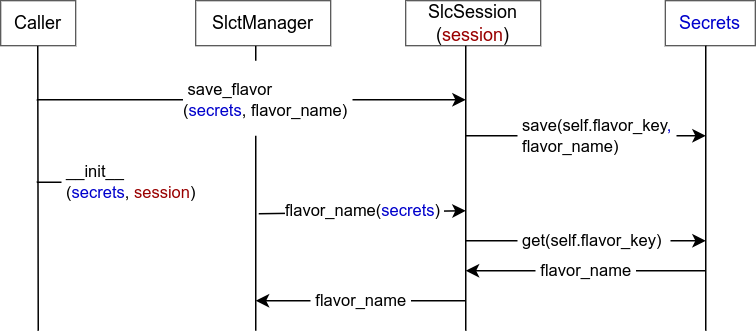
This is doc/user_guide/slct-manager-parameters.drawio.png from exasol/notebook-connector, a draw.io export, as it was before one commit. Source tidied: cells renumbered, new cells last; positions are measured from the earlier drawing's top-left corner, leaving out a move shared by most shapes.
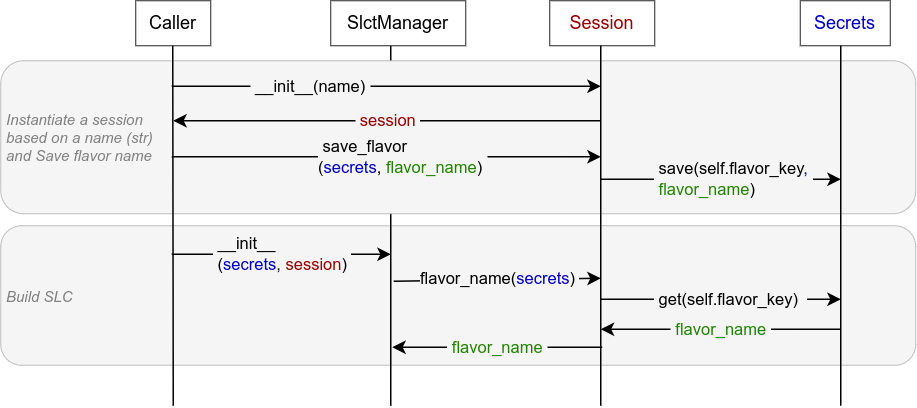
Above is the later version.

Diff of the diagram source:
```diff
@@ -2,18 +2,21 @@
   <root>
     <mxCell id="0" />
     <mxCell id="1" parent="0" />
+    <mxCell id="18" value="Build SLC" style="rounded=1;whiteSpace=wrap;html=1;fillColor=#F5F5F5;fontColor=#808080;strokeColor=#AAAAAA;strokeWidth=0.5;align=left;verticalAlign=middle;spacingLeft=2;fontFamily=Helvetica;fontSize=10;fontStyle=2;" parent="1" vertex="1">
+      <mxGeometry x="-90" y="150" width="610" height="93" as="geometry" />
+    </mxCell>
     <mxCell id="2" style="endArrow=none;html=1;rounded=0;" parent="1" edge="1">
       <mxGeometry relative="1" as="geometry">
-        <mxPoint x="170" y="220" as="sourcePoint" />
+        <mxPoint x="170" y="270" as="sourcePoint" />
         <mxPoint x="170" y="30" as="targetPoint" />
       </mxGeometry>
     </mxCell>
-    <mxCell id="3" style="rounded=0;whiteSpace=wrap;html=1;strokeColor=none;" parent="1" vertex="1">
-      <mxGeometry x="160" y="40" width="30" height="50" as="geometry" />
-    </mxCell>
+    <mxCell id="19" value="Instantiate a session&amp;nbsp;&lt;br&gt;based on a name (str)&lt;br&gt;and Save flavor name" style="rounded=1;whiteSpace=wrap;html=1;fillColor=#F5F5F5;fontColor=#808080;strokeColor=#AAAAAA;strokeWidth=0.5;align=left;spacingLeft=2;fontStyle=2;fontSize=10;" parent="1" vertex="1">
+      <mxGeometry x="-90" y="40" width="610" height="102" as="geometry" />
+    </mxCell>
     <mxCell id="4" style="endArrow=none;html=1;rounded=0;" parent="1" edge="1">
       <mxGeometry relative="1" as="geometry">
-        <mxPoint x="25" y="220" as="sourcePoint" />
+        <mxPoint x="25" y="270" as="sourcePoint" />
         <mxPoint x="24.7" y="30" as="targetPoint" />
       </mxGeometry>
     </mxCell>
@@ -28,60 +31,72 @@
     </mxCell>
     <mxCell id="8" style="endArrow=none;html=1;rounded=0;" parent="1" edge="1">
       <mxGeometry relative="1" as="geometry">
-        <mxPoint x="470" y="220" as="sourcePoint" />
+        <mxPoint x="470" y="270" as="sourcePoint" />
         <mxPoint x="470" y="30" as="targetPoint" />
       </mxGeometry>
     </mxCell>
-    <mxCell id="9" value="&lt;span style=&quot;&quot;&gt;&amp;nbsp;__init__&lt;br&gt;&amp;nbsp;(&lt;font style=&quot;color: rgb(0, 0, 204);&quot;&gt;secrets&lt;/font&gt;,&amp;nbsp;&lt;/span&gt;&lt;font style=&quot;color: rgb(153, 0, 0);&quot;&gt;session&lt;/font&gt;&lt;span style=&quot;&quot;&gt;)&amp;nbsp;&lt;/span&gt;" style="endArrow=classic;html=1;rounded=0;align=left;" parent="1" edge="1">
-      <mxGeometry x="-0.64" relative="1" as="geometry">
-        <mxPoint x="24" y="121" as="sourcePoint" />
-        <mxPoint x="108" y="121" as="targetPoint" />
-      </mxGeometry>
-    </mxCell>
-    <mxCell id="10" value="flavor_name(&lt;font style=&quot;color: rgb(0, 0, 204);&quot;&gt;secrets&lt;/font&gt;)&amp;nbsp;" style="endArrow=classic;html=1;rounded=0;align=left;" parent="1" edge="1">
+    <mxCell id="10" value="flavor_name(&lt;font style=&quot;color: rgb(0, 0, 204);&quot;&gt;secrets&lt;/font&gt;)&amp;nbsp;" style="endArrow=classic;html=1;rounded=0;align=left;labelBackgroundColor=#F5F5F5;" parent="1" edge="1">
       <mxGeometry x="-0.76" y="2" relative="1" as="geometry">
-        <mxPoint x="172" y="142" as="sourcePoint" />
-        <mxPoint x="310" y="140" as="targetPoint" />
+        <mxPoint x="172" y="187" as="sourcePoint" />
+        <mxPoint x="310" y="185" as="targetPoint" />
       </mxGeometry>
     </mxCell>
-    <mxCell id="11" value="&amp;nbsp;flavor_name&amp;nbsp;" style="endArrow=classic;html=1;rounded=0;" parent="1" edge="1">
+    <mxCell id="11" value="&lt;span style=&quot;color: rgb(34, 131, 3); text-align: left;&quot;&gt;&amp;nbsp;flavor_name&amp;nbsp;&lt;/span&gt;" style="endArrow=classic;html=1;rounded=0;labelBackgroundColor=#F5F5F5;" parent="1" edge="1">
       <mxGeometry relative="1" as="geometry">
-        <mxPoint x="310" y="200" as="sourcePoint" />
-        <mxPoint x="170" y="200" as="targetPoint" />
+        <mxPoint x="311" y="231" as="sourcePoint" />
+        <mxPoint x="171" y="231" as="targetPoint" />
       </mxGeometry>
     </mxCell>
-    <mxCell id="12" value="&amp;nbsp;save_flavor&lt;br&gt;(&lt;font style=&quot;color: rgb(0, 0, 204);&quot;&gt;secrets&lt;/font&gt;, flavor_name)&amp;nbsp;" style="endArrow=classic;html=1;rounded=0;align=left;" parent="1" edge="1">
-      <mxGeometry x="-0.33" relative="1" as="geometry">
-        <mxPoint x="24" y="66" as="sourcePoint" />
-        <mxPoint x="310" y="66" as="targetPoint" />
-      </mxGeometry>
-    </mxCell>
-    <mxCell id="13" value="SlcSession&lt;br&gt;(&lt;font style=&quot;color: rgb(153, 0, 0);&quot;&gt;session&lt;/font&gt;)" style="rounded=0;whiteSpace=wrap;html=1;strokeWidth=0.5;fontFamily=Helvetica;" parent="1" vertex="1">
-      <mxGeometry x="270" width="90" height="30" as="geometry" />
+    <mxCell id="13" value="&lt;font color=&quot;#990000&quot;&gt;Session&lt;/font&gt;" style="rounded=0;whiteSpace=wrap;html=1;strokeWidth=0.5;fontFamily=Helvetica;" parent="1" vertex="1">
+      <mxGeometry x="276" width="70" height="30" as="geometry" />
     </mxCell>
     <mxCell id="14" style="endArrow=none;html=1;rounded=0;" parent="1" edge="1">
       <mxGeometry relative="1" as="geometry">
-        <mxPoint x="310" y="220" as="sourcePoint" />
+        <mxPoint x="310" y="270" as="sourcePoint" />
         <mxPoint x="310" y="30" as="targetPoint" />
       </mxGeometry>
     </mxCell>
-    <mxCell id="15" value="&amp;nbsp;save(self.flavor_key&lt;font color=&quot;#0000cc&quot;&gt;,&amp;nbsp;&lt;br&gt;&lt;/font&gt;&amp;nbsp;flavor_name)&amp;nbsp;" style="endArrow=classic;html=1;rounded=0;align=left;" parent="1" edge="1">
+    <mxCell id="15" value="&amp;nbsp;save(self.flavor_key&lt;font color=&quot;#0000cc&quot;&gt;,&amp;nbsp;&lt;br&gt;&lt;/font&gt;&amp;nbsp;&lt;font style=&quot;color: rgb(34, 131, 3);&quot;&gt;flavor_name&lt;/font&gt;)&amp;nbsp;" style="endArrow=classic;html=1;rounded=0;align=left;labelBackgroundColor=#F5F5F5;" parent="1" edge="1">
       <mxGeometry x="-0.58" relative="1" as="geometry">
-        <mxPoint x="310" y="90" as="sourcePoint" />
-        <mxPoint x="470" y="90" as="targetPoint" />
+        <mxPoint x="310" y="119" as="sourcePoint" />
+        <mxPoint x="470" y="119" as="targetPoint" />
       </mxGeometry>
     </mxCell>
-    <mxCell id="16" value="&amp;nbsp;get(self.flavor_key)&amp;nbsp;&amp;nbsp;" style="endArrow=classic;html=1;rounded=0;align=left;" parent="1" edge="1">
+    <mxCell id="16" value="&amp;nbsp;get(self.flavor_key)&amp;nbsp;&amp;nbsp;" style="endArrow=classic;html=1;rounded=0;align=left;labelBackgroundColor=#F5F5F5;" parent="1" edge="1">
       <mxGeometry x="-0.58" relative="1" as="geometry">
-        <mxPoint x="310" y="160" as="sourcePoint" />
-        <mxPoint x="470" y="160" as="targetPoint" />
+        <mxPoint x="310" y="199" as="sourcePoint" />
+        <mxPoint x="470" y="199" as="targetPoint" />
       </mxGeometry>
     </mxCell>
-    <mxCell id="17" value="&amp;nbsp;flavor_name&amp;nbsp;" style="endArrow=classic;html=1;rounded=0;" parent="1" edge="1">
+    <mxCell id="17" value="&amp;nbsp;&lt;span style=&quot;color: rgb(34, 131, 3); text-align: left;&quot;&gt;flavor_name&lt;/span&gt;&amp;nbsp;" style="endArrow=classic;html=1;rounded=0;labelBackgroundColor=#F5F5F5;" parent="1" edge="1">
       <mxGeometry relative="1" as="geometry">
-        <mxPoint x="470" y="180" as="sourcePoint" />
-        <mxPoint x="310" y="180" as="targetPoint" />
+        <mxPoint x="470" y="219" as="sourcePoint" />
+        <mxPoint x="310" y="219" as="targetPoint" />
       </mxGeometry>
     </mxCell>
+    <mxCell id="9" value="&lt;span style=&quot;&quot;&gt;&amp;nbsp;__init__&lt;br&gt;&amp;nbsp;(&lt;font style=&quot;color: rgb(0, 0, 204);&quot;&gt;secrets&lt;/font&gt;,&amp;nbsp;&lt;/span&gt;&lt;font style=&quot;color: rgb(153, 0, 0);&quot;&gt;session&lt;/font&gt;&lt;span style=&quot;&quot;&gt;)&amp;nbsp;&lt;/span&gt;" style="endArrow=classic;html=1;rounded=0;align=left;labelBackgroundColor=#F5F5F5;" parent="1" edge="1">
+      <mxGeometry x="-0.64" relative="1" as="geometry">
+        <mxPoint x="24" y="169" as="sourcePoint" />
+        <mxPoint x="170" y="169" as="targetPoint" />
+      </mxGeometry>
+    </mxCell>
+    <mxCell id="20" value="&amp;nbsp;__init__(&lt;font style=&quot;color: rgb(0, 0, 0);&quot;&gt;name&lt;/font&gt;)&amp;nbsp;" style="endArrow=classic;html=1;rounded=0;align=left;labelBackgroundColor=#F5F5F5;" parent="1" edge="1">
+      <mxGeometry x="-0.64" relative="1" as="geometry">
+        <mxPoint x="24" y="57" as="sourcePoint" />
+        <mxPoint x="310" y="57" as="targetPoint" />
+      </mxGeometry>
+    </mxCell>
+    <mxCell id="21" value="&lt;span style=&quot;color: rgb(34, 131, 3); text-align: left;&quot;&gt;&amp;nbsp;&lt;/span&gt;&lt;span style=&quot;text-align: left; color: rgb(34, 131, 3);&quot;&gt;&lt;font style=&quot;color: rgb(153, 0, 0);&quot;&gt;session&amp;nbsp;&lt;/font&gt;&lt;/span&gt;" style="endArrow=classic;html=1;rounded=0;labelBackgroundColor=#F5F5F5;" parent="1" edge="1">
+      <mxGeometry relative="1" as="geometry">
+        <mxPoint x="310" y="80" as="sourcePoint" />
+        <mxPoint x="25" y="80" as="targetPoint" />
+      </mxGeometry>
+    </mxCell>
+    <mxCell id="12" value="&amp;nbsp;save_flavor&lt;br&gt;(&lt;font style=&quot;color: rgb(0, 0, 204);&quot;&gt;secrets&lt;/font&gt;, &lt;font style=&quot;color: rgb(34, 131, 3);&quot;&gt;flavor_name&lt;/font&gt;)&amp;nbsp;" style="endArrow=classic;html=1;rounded=0;align=left;labelBackgroundColor=#F5F5F5;" parent="1" edge="1">
+      <mxGeometry x="-0.33" relative="1" as="geometry">
+        <mxPoint x="24" y="104" as="sourcePoint" />
+        <mxPoint x="310" y="104" as="targetPoint" />
+      </mxGeometry>
+    </mxCell>
   </root>
 </mxGraphModel>
```
